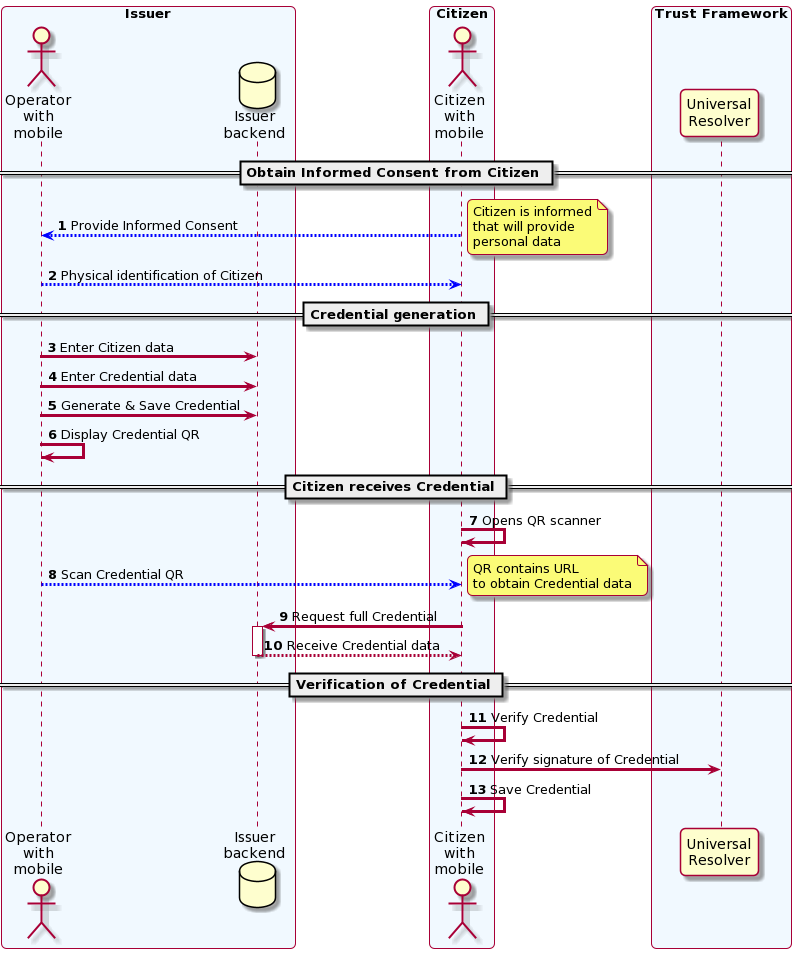
The PlantUML diagram images/SafeIsland_CredentialIssuance.png in hesusruiz/PrivacyCred, before a commit. The source it was exported from:
```plantuml
@startuml
autonumber
skinparam sequenceArrowThickness 3
skinparam roundcorner 10
skinparam maxmessagesize 300

box "Issuer" #f1f9ff
  actor "Operator\nwith\nmobile" as OP
  database "Issuer\nbackend" as IS
end box

box "Citizen" #f1f9ff
  actor "Citizen\nwith\nmobile" as CI
end box

box "Trust Framework" #f1f9ff
  participant "Universal\nResolver" as UR
end box

== Obtain Informed Consent from Citizen ==
CI -[#0000FF]-> OP: Provide Informed Consent
note right: Citizen is informed\nthat will provide\npersonal data
OP -[#0000FF]-> CI: Physical identification of Citizen

== Credential generation ==
OP -> IS: Enter Citizen data
OP -> IS: Enter Credential data
OP -> IS: Generate & Save Credential
OP -> OP: Display Credential QR

== Citizen receives Credential ==
CI -> CI: Opens QR scanner
OP -[#0000FF]-> CI: Scan Credential QR
note right: QR contains URL\nto obtain Credential data
CI -> IS: Request full Credential
activate IS
return Receive Credential data

== Verification of Credential ==
CI -> CI: Verify Credential
CI -> UR: Verify signature of Credential
CI -> CI: Save Credential
@enduml
```
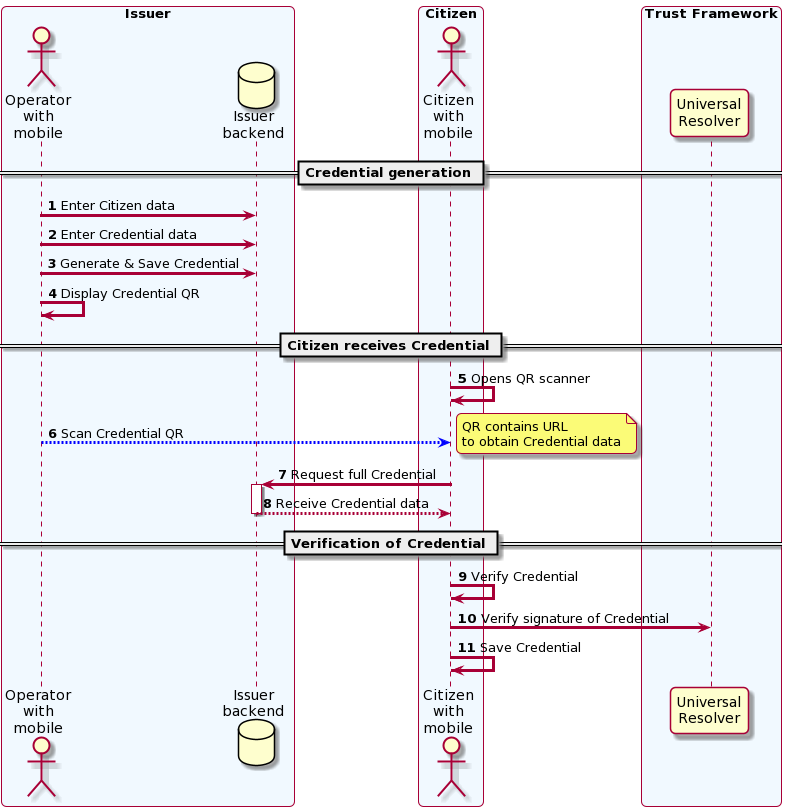
The same diagram one commit later.

Commit message:
Update issuance flow

The edit, as a diff of the source:
```diff
@@ -16,11 +16,6 @@
 box "Trust Framework" #f1f9ff
   participant "Universal\nResolver" as UR
 end box
-
-== Obtain Informed Consent from Citizen ==
-CI -[#0000FF]-> OP: Provide Informed Consent
-note right: Citizen is informed\nthat will provide\npersonal data
-OP -[#0000FF]-> CI: Physical identification of Citizen
 
 == Credential generation ==
 OP -> IS: Enter Citizen data
```
